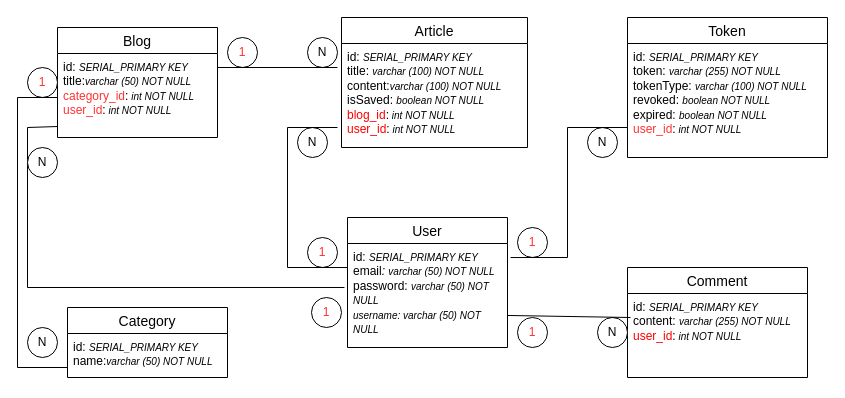
Before: page "MPD" (2 of 9) of Diagramme sans nom.drawio in Ali0908/BDD_UML, a draw.io diagram. Source tidied: cells renumbered, new cells numbered last; positions are measured from the earlier drawing's top-left corner, leaving out a move shared by most shapes. Both pictures are drawn from the tidied source at 100%, with x=0, y=0 at pixel (17, 17).
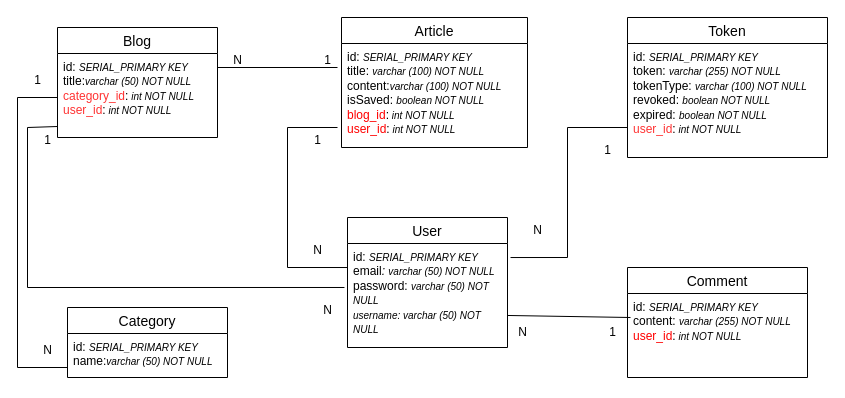
After the change.

What changed in the source:
```diff
@@
-    <mxCell id="10" value="&lt;font color=&quot;#ff3333&quot;&gt;1&lt;/font&gt;" style="ellipse;whiteSpace=wrap;html=1;" parent="1" vertex="1">
-      <mxGeometry x="290" y="220" width="30" height="30" as="geometry" />
-    </mxCell>
-    <mxCell id="11" value="N" style="ellipse;whiteSpace=wrap;html=1;" parent="1" vertex="1">
-      <mxGeometry x="580" y="300" width="30" height="30" as="geometry" />
-    </mxCell>
-    <mxCell id="12" value="&lt;font color=&quot;#ff3333&quot;&gt;1&lt;/font&gt;" style="ellipse;whiteSpace=wrap;html=1;" parent="1" vertex="1">
-      <mxGeometry x="210" y="20" width="30" height="30" as="geometry" />
-    </mxCell>
-    <mxCell id="13" value="N" style="ellipse;whiteSpace=wrap;html=1;" parent="1" vertex="1">
-      <mxGeometry x="290" y="20" width="30" height="30" as="geometry" />
-    </mxCell>
-    <mxCell id="14" value="N" style="ellipse;whiteSpace=wrap;html=1;" parent="1" vertex="1">
-      <mxGeometry x="280" y="110" width="30" height="30" as="geometry" />
-    </mxCell>
-    <mxCell id="15" value="&lt;font color=&quot;#ff3333&quot;&gt;1&lt;/font&gt;" style="ellipse;whiteSpace=wrap;html=1;" parent="1" vertex="1">
-      <mxGeometry x="500" y="210" width="30" height="30" as="geometry" />
-    </mxCell>
-    <mxCell id="16" value="&lt;font color=&quot;#ff3333&quot;&gt;1&lt;/font&gt;" style="ellipse;whiteSpace=wrap;html=1;" parent="1" vertex="1">
-      <mxGeometry x="500" y="300" width="30" height="30" as="geometry" />
-    </mxCell>
-    <mxCell id="17" value="N" style="ellipse;whiteSpace=wrap;html=1;" parent="1" vertex="1">
-      <mxGeometry x="570" y="110" width="30" height="30" as="geometry" />
-    </mxCell>
-    <mxCell id="18" value="&lt;font color=&quot;#ff3333&quot;&gt;1&lt;/font&gt;" style="ellipse;whiteSpace=wrap;html=1;" parent="1" vertex="1">
-      <mxGeometry x="10" y="50" width="30" height="30" as="geometry" />
-    </mxCell>
-    <mxCell id="19" value="&lt;font color=&quot;#ff3333&quot;&gt;1&lt;/font&gt;" style="ellipse;whiteSpace=wrap;html=1;" parent="1" vertex="1">
-      <mxGeometry x="294" y="280" width="30" height="30" as="geometry" />
-    </mxCell>
-    <mxCell id="20" value="N" style="ellipse;whiteSpace=wrap;html=1;" parent="1" vertex="1">
-      <mxGeometry x="10" y="310" width="30" height="30" as="geometry" />
-    </mxCell>
@@
-    <mxCell id="28" value="N" style="ellipse;whiteSpace=wrap;html=1;" parent="1" vertex="1">
-      <mxGeometry x="10" y="130" width="30" height="30" as="geometry" />
-    </mxCell>
@@
+    <mxCell id="32" value="1" style="text;html=1;align=center;verticalAlign=middle;strokeColor=none;fillColor=none;" parent="1" vertex="1">
+      <mxGeometry x="285" y="108" width="30" height="30" as="geometry" />
+    </mxCell>
+    <mxCell id="33" value="N" style="text;html=1;align=center;verticalAlign=middle;strokeColor=none;fillColor=none;" parent="1" vertex="1">
+      <mxGeometry x="285" y="218" width="30" height="30" as="geometry" />
+    </mxCell>
+    <mxCell id="34" value="N" style="text;html=1;align=center;verticalAlign=middle;strokeColor=none;fillColor=none;" parent="1" vertex="1">
+      <mxGeometry x="205" y="28" width="30" height="30" as="geometry" />
+    </mxCell>
+    <mxCell id="35" value="1" style="text;html=1;align=center;verticalAlign=middle;strokeColor=none;fillColor=none;" parent="1" vertex="1">
+      <mxGeometry x="295" y="28" width="30" height="30" as="geometry" />
+    </mxCell>
+    <mxCell id="36" value="1" style="text;html=1;align=center;verticalAlign=middle;strokeColor=none;fillColor=none;" parent="1" vertex="1">
+      <mxGeometry x="5" y="48" width="30" height="30" as="geometry" />
+    </mxCell>
+    <mxCell id="37" value="1" style="text;html=1;align=center;verticalAlign=middle;strokeColor=none;fillColor=none;" parent="1" vertex="1">
+      <mxGeometry x="15" y="108" width="30" height="30" as="geometry" />
+    </mxCell>
+    <mxCell id="38" value="N" style="text;html=1;align=center;verticalAlign=middle;strokeColor=none;fillColor=none;" parent="1" vertex="1">
+      <mxGeometry x="15" y="318" width="30" height="30" as="geometry" />
+    </mxCell>
+    <mxCell id="39" value="N" style="text;html=1;align=center;verticalAlign=middle;strokeColor=none;fillColor=none;" parent="1" vertex="1">
+      <mxGeometry x="295" y="278" width="30" height="30" as="geometry" />
+    </mxCell>
+    <mxCell id="40" value="1" style="text;html=1;align=center;verticalAlign=middle;strokeColor=none;fillColor=none;" parent="1" vertex="1">
+      <mxGeometry x="575" y="118" width="30" height="30" as="geometry" />
+    </mxCell>
+    <mxCell id="41" value="N" style="text;html=1;align=center;verticalAlign=middle;strokeColor=none;fillColor=none;" parent="1" vertex="1">
+      <mxGeometry x="505" y="198" width="30" height="30" as="geometry" />
+    </mxCell>
+    <mxCell id="42" value="1" style="text;html=1;align=center;verticalAlign=middle;strokeColor=none;fillColor=none;" parent="1" vertex="1">
+      <mxGeometry x="580" y="300" width="30" height="30" as="geometry" />
+    </mxCell>
+    <mxCell id="43" value="N" style="text;html=1;align=center;verticalAlign=middle;strokeColor=none;fillColor=none;" parent="1" vertex="1">
+      <mxGeometry x="490" y="300" width="30" height="30" as="geometry" />
+    </mxCell>
```
